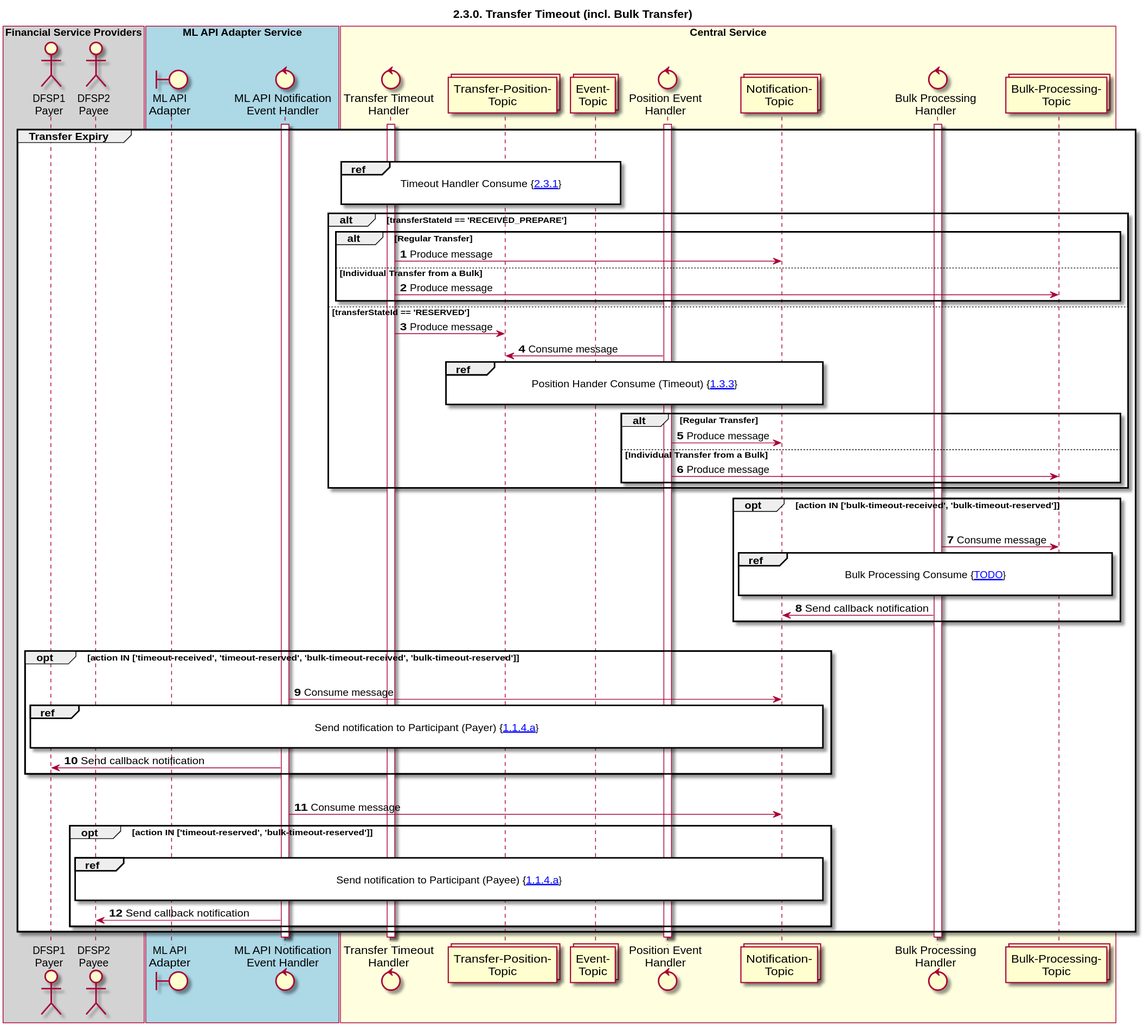
ggrg/docs keeps this PlantUML diagram as Diagrams/SequenceDiagrams/seq-timeout-2.3.0.svg. Above is the earlier version.
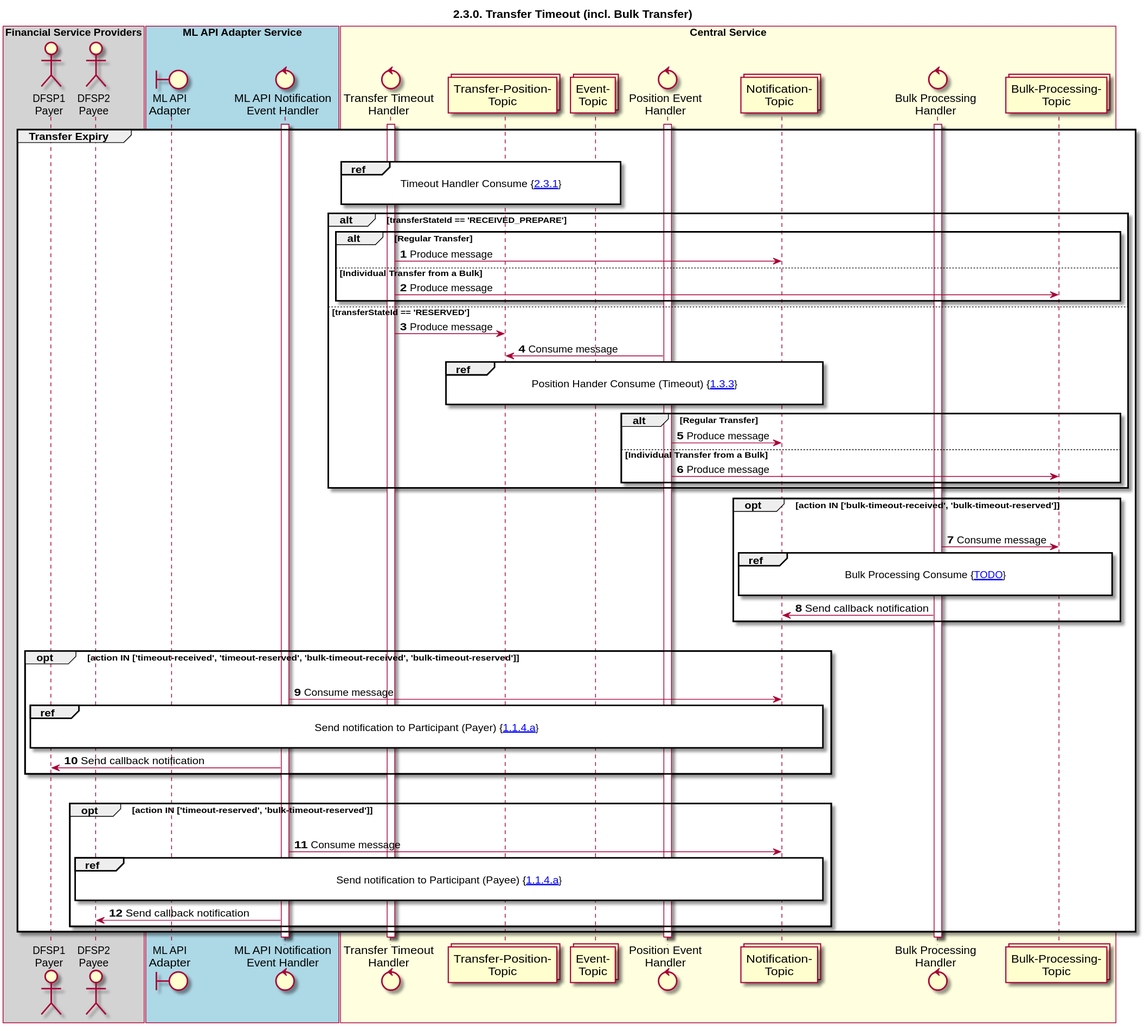
After the change.

The edit, as a diff of the source:
```diff
@@ -73,9 +73,9 @@
         NOTIFY_HANDLER -> DFSP1: Send callback notification
     end
     |||
-    TOPIC_NOTIFICATIONS <- NOTIFY_HANDLER: Consume message
     opt action IN ['timeout-reserved', 'bulk-timeout-reserved']
         |||
+        TOPIC_NOTIFICATIONS <- NOTIFY_HANDLER: Consume message
         ref over DFSP2, TOPIC_NOTIFICATIONS : Send notification to Participant (Payee) {[[https://github.com/mojaloop/docs/blob/master/Diagrams/SequenceDiagrams/seq-prepare-1.1.4.a.svg 1.1.4.a]]} \n
         NOTIFY_HANDLER -> DFSP2: Send callback notification
     end
```
